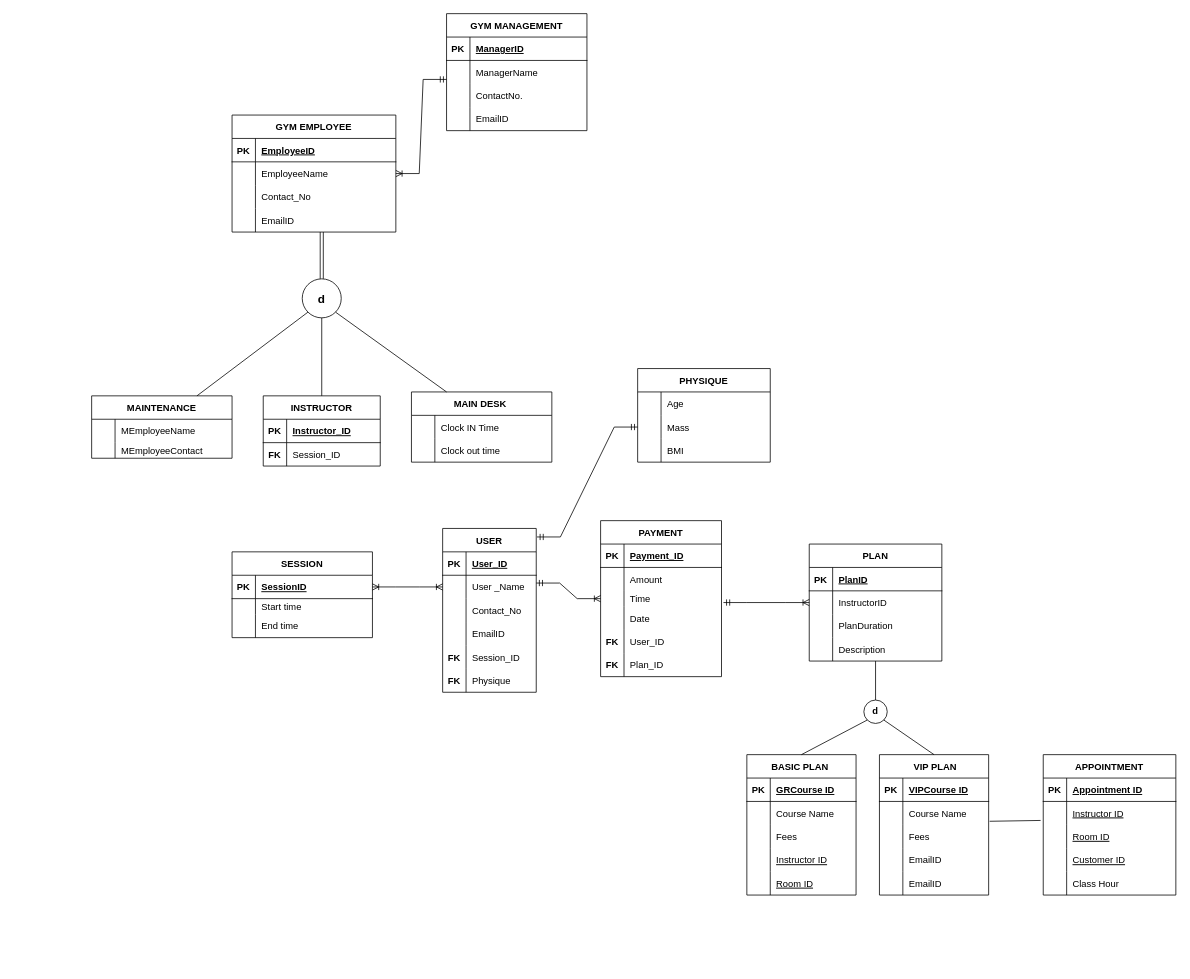
Tharunip/DAMG6210_PROJECT11 keeps this draw.io diagram as Gym_Management_ERD.drawio. Above is the earlier version. Source tidied: cells renumbered, new cells numbered last; positions are measured from the earlier drawing's top-left corner, leaving out a move shared by most shapes. Both pictures are drawn from the tidied source at 78%, with x=0, y=0 at pixel (91, 13).
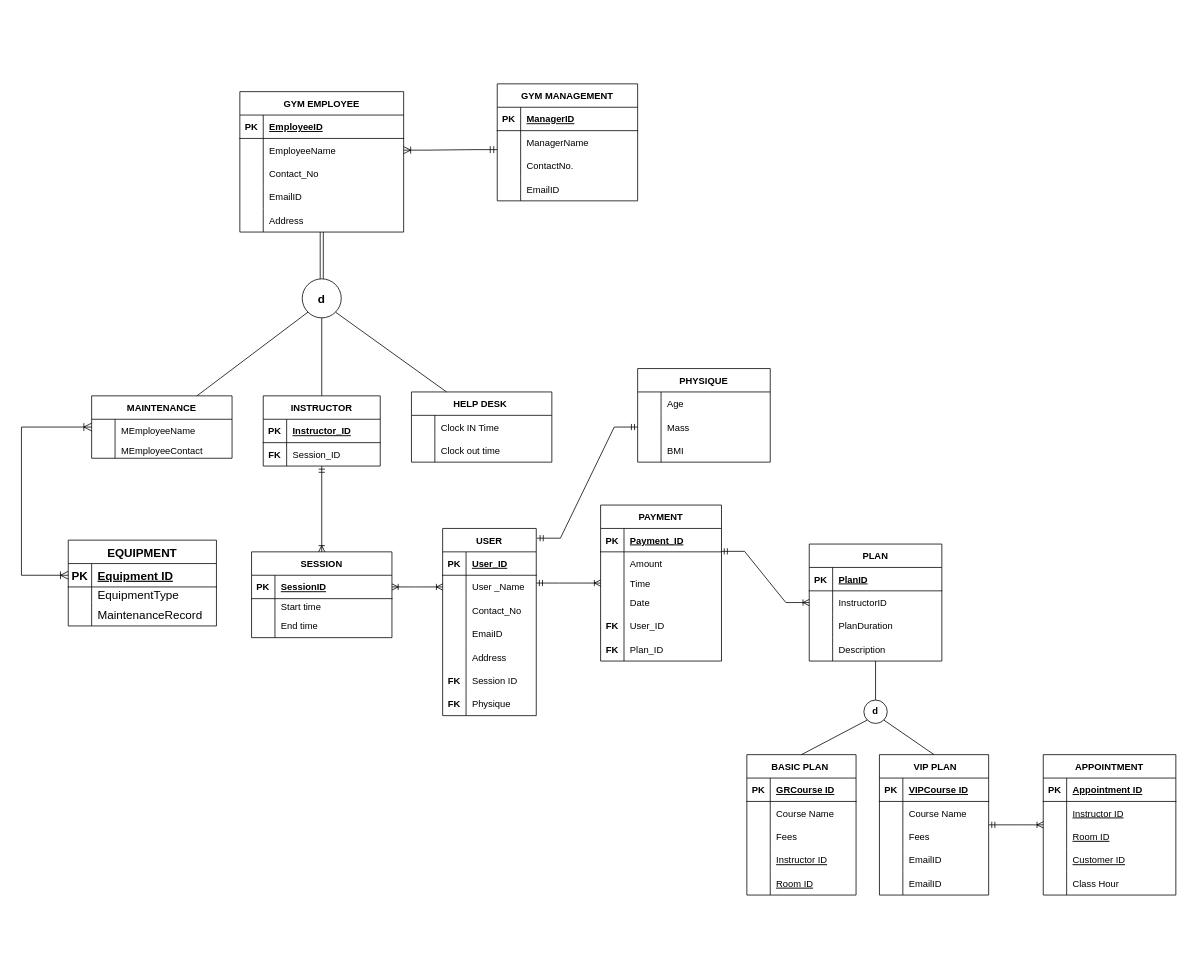
The same diagram, later.

The change refers to these unchanged cells:
```xml
<mxCell id="6" style="shape=tableRow;horizontal=0;startSize=0;swimlaneHead=0;swimlaneBody=0;fillColor=none;points=[[0,0.5],[1,0.5]];portConstraint=eastwest;top=0;left=0;right=0;bottom=0;" parent="2" vertex="1">
  <mxGeometry y="60" width="210" height="30" as="geometry" />
</mxCell>
<mxCell id="52" style="shape=tableRow;horizontal=0;startSize=0;swimlaneHead=0;swimlaneBody=0;fillColor=none;top=0;left=0;right=0;bottom=0;" parent="42" vertex="1">
  <mxGeometry y="120" width="120" height="30" as="geometry" />
</mxCell>
<mxCell id="55" style="shape=tableRow;horizontal=0;startSize=0;swimlaneHead=0;swimlaneBody=0;fillColor=none;top=0;left=0;right=0;bottom=0;" parent="42" vertex="1">
  <mxGeometry y="150" width="120" height="30" as="geometry" />
</mxCell>
<mxCell id="58" style="shape=tableRow;horizontal=0;startSize=0;swimlaneHead=0;swimlaneBody=0;fillColor=none;top=0;left=0;right=0;bottom=0;" parent="42" vertex="1">
  <mxGeometry y="180" width="120" height="30" as="geometry" />
</mxCell>
<mxCell id="65" style="shape=tableRow;horizontal=0;startSize=0;swimlaneHead=0;swimlaneBody=0;fillColor=none;points=[[0,0.5],[1,0.5]];portConstraint=eastwest;top=0;left=0;right=0;bottom=0;" parent="61" vertex="1">
  <mxGeometry y="60" width="155" height="30" as="geometry" />
</mxCell>
<mxCell id="84" style="shape=tableRow;horizontal=0;startSize=0;swimlaneHead=0;swimlaneBody=0;fillColor=none;points=[[0,0.5],[1,0.5]];portConstraint=eastwest;top=0;left=0;right=0;bottom=0;" parent="80" vertex="1">
  <mxGeometry y="60" width="170" height="30" as="geometry" />
</mxCell>
<mxCell id="117" style="shape=tableRow;horizontal=0;startSize=0;swimlaneHead=0;swimlaneBody=0;fillColor=none;points=[[0,0.5],[1,0.5]];portConstraint=eastwest;top=0;left=0;right=0;bottom=0;" parent="113" vertex="1">
  <mxGeometry y="60" width="180" height="30" as="geometry" />
</mxCell>
<mxCell id="133" style="shape=tableRow;horizontal=0;startSize=0;swimlaneHead=0;swimlaneBody=0;fillColor=none;points=[[0,0.5],[1,0.5]];portConstraint=eastwest;top=0;left=0;right=0;bottom=0;" parent="126" vertex="1">
  <mxGeometry y="90" width="140" height="30" as="geometry" />
</mxCell>
<mxCell id="146" style="shape=tableRow;horizontal=0;startSize=0;swimlaneHead=0;swimlaneBody=0;fillColor=none;points=[[0,0.5],[1,0.5]];portConstraint=eastwest;top=0;left=0;right=0;bottom=0;" parent="142" vertex="1">
  <mxGeometry y="60" width="170" height="30" as="geometry" />
</mxCell>
```

The edit, as a diff of the source:
```diff
@@
     <mxCell id="2" value="GYM EMPLOYEE" style="shape=table;startSize=30;childLayout=tableLayout;rowLines=0;fontStyle=1;align=center;" parent="1" vertex="1">
-      <mxGeometry x="180" y="130" width="210" height="150" as="geometry" />
+      <mxGeometry x="190" y="100" width="210" height="180" as="geometry" />
     </mxCell>
@@
+    <mxCell id="187" style="shape=tableRow;horizontal=0;startSize=0;swimlaneHead=0;swimlaneBody=0;fillColor=none;top=0;left=0;right=0;bottom=0;" parent="2" vertex="1">
+      <mxGeometry y="150" width="210" height="30" as="geometry" />
+    </mxCell>
+    <mxCell id="188" style="shape=partialRectangle;fillColor=none;top=0;left=0;bottom=0;right=0;overflow=hidden;" parent="187" vertex="1">
+      <mxGeometry width="30" height="30" as="geometry" />
+    </mxCell>
+    <mxCell id="189" value="Address" style="shape=partialRectangle;fillColor=none;top=0;left=0;bottom=0;right=0;align=left;spacingLeft=6;overflow=hidden;" parent="187" vertex="1">
+      <mxGeometry x="30" width="180" height="30" as="geometry" />
+    </mxCell>
@@
     <mxCell id="22" value="SESSION" style="shape=table;startSize=30;childLayout=tableLayout;rowLines=0;fontStyle=1;align=center;" parent="1" vertex="1">
-      <mxGeometry x="180" y="690" width="180" height="110" as="geometry" />
+      <mxGeometry x="205" y="690" width="180" height="110" as="geometry" />
     </mxCell>
@@
     <mxCell id="42" value="USER" style="shape=table;startSize=30;childLayout=tableLayout;rowLines=0;fontStyle=1;align=center;" parent="1" vertex="1">
-      <mxGeometry x="450" y="660" width="120" height="210" as="geometry" />
+      <mxGeometry x="450" y="660" width="120" height="240" as="geometry" />
     </mxCell>
@@
-    <mxCell id="54" value="EmailID" style="shape=partialRectangle;fillColor=none;top=0;left=0;bottom=0;right=0;align=left;spacingLeft=6;overflow=hidden;" parent="52" vertex="1">
+    <mxCell id="54" value="EmaiID" style="shape=partialRectangle;fillColor=none;top=0;left=0;bottom=0;right=0;align=left;spacingLeft=6;overflow=hidden;" parent="52" vertex="1">
       <mxGeometry x="30" width="90" height="30" as="geometry" />
     </mxCell>
@@
-    <mxCell id="56" value="FK" style="shape=partialRectangle;fillColor=none;top=0;left=0;bottom=0;right=0;overflow=hidden;fontStyle=1;" parent="55" vertex="1">
+    <mxCell id="56" style="shape=partialRectangle;fillColor=none;top=0;left=0;bottom=0;right=0;overflow=hidden;fontStyle=1;" parent="55" vertex="1">
       <mxGeometry width="30" height="30" as="geometry" />
     </mxCell>
-    <mxCell id="57" value="Session_ID" style="shape=partialRectangle;fillColor=none;top=0;left=0;bottom=0;right=0;align=left;spacingLeft=6;overflow=hidden;" parent="55" vertex="1">
+    <mxCell id="57" value="Address" style="shape=partialRectangle;fillColor=none;top=0;left=0;bottom=0;right=0;align=left;spacingLeft=6;overflow=hidden;" parent="55" vertex="1">
       <mxGeometry x="30" width="90" height="30" as="geometry" />
     </mxCell>
@@
-    <mxCell id="60" value="Physique" style="shape=partialRectangle;fillColor=none;top=0;left=0;bottom=0;right=0;align=left;spacingLeft=6;overflow=hidden;" parent="58" vertex="1">
+    <mxCell id="60" value="Session ID " style="shape=partialRectangle;fillColor=none;top=0;left=0;bottom=0;right=0;align=left;spacingLeft=6;overflow=hidden;" parent="58" vertex="1">
       <mxGeometry x="30" width="90" height="30" as="geometry" />
     </mxCell>
+    <mxCell id="190" style="shape=tableRow;horizontal=0;startSize=0;swimlaneHead=0;swimlaneBody=0;fillColor=none;top=0;left=0;right=0;bottom=0;" parent="42" vertex="1">
+      <mxGeometry y="210" width="120" height="30" as="geometry" />
+    </mxCell>
+    <mxCell id="191" value="FK" style="shape=partialRectangle;fillColor=none;top=0;left=0;bottom=0;right=0;overflow=hidden;fontStyle=1;" parent="190" vertex="1">
+      <mxGeometry width="30" height="30" as="geometry" />
+    </mxCell>
+    <mxCell id="192" value="Physique" style="shape=partialRectangle;fillColor=none;top=0;left=0;bottom=0;right=0;align=left;spacingLeft=6;overflow=hidden;" parent="190" vertex="1">
+      <mxGeometry x="30" width="90" height="30" as="geometry" />
+    </mxCell>
     <mxCell id="61" value="PAYMENT" style="shape=table;startSize=30;childLayout=tableLayout;rowLines=0;fontStyle=1;align=center;" parent="1" vertex="1">
-      <mxGeometry x="652.5" y="650" width="155" height="200" as="geometry" />
+      <mxGeometry x="652.5" y="630" width="155" height="200" as="geometry" />
     </mxCell>
@@
     <mxCell id="113" value="GYM MANAGEMENT" style="shape=table;startSize=30;childLayout=tableLayout;rowLines=0;fontStyle=1;align=center;" parent="1" vertex="1">
-      <mxGeometry x="455" width="180" height="150" as="geometry" />
+      <mxGeometry x="520" y="90" width="180" height="150" as="geometry" />
     </mxCell>
@@
-    <mxCell id="158" style="edgeStyle=entityRelationEdgeStyle;fontSize=12;html=1;endArrow=ERoneToMany;startArrow=ERmandOne;rounded=0;" parent="1" edge="1" target="84">
-      <mxGeometry relative="1" as="geometry">
-        <mxPoint x="810" y="755" as="sourcePoint" />
-      </mxGeometry>
+    <mxCell id="158" style="edgeStyle=entityRelationEdgeStyle;fontSize=12;html=1;endArrow=ERoneToMany;startArrow=ERmandOne;rounded=0;exitX=0.997;exitY=-0.021;exitDx=0;exitDy=0;exitPerimeter=0;" parent="1" edge="1" source="65" target="84">
+      <mxGeometry relative="1" as="geometry" />
     </mxCell>
@@
-    <mxCell id="166" style="endArrow=none;html=1;rounded=0;entryX=-0.02;entryY=0.812;entryDx=0;entryDy=0;entryPerimeter=0;exitX=1.009;exitY=-0.153;exitDx=0;exitDy=0;exitPerimeter=0;" parent="1" edge="1" source="133" target="146">
-      <mxGeometry relative="1" as="geometry" />
-    </mxCell>
@@
-    <mxCell id="174" value="MAIN DESK " style="shape=table;startSize=30;childLayout=tableLayout;rowLines=0;fontStyle=1;align=center;" parent="1" vertex="1">
+    <mxCell id="174" value="HELP DESK " style="shape=table;startSize=30;childLayout=tableLayout;rowLines=0;fontStyle=1;align=center;" parent="1" vertex="1">
       <mxGeometry x="410" y="485" width="180" height="90" as="geometry" />
     </mxCell>
@@
-    <mxCell id="185" style="edgeStyle=entityRelationEdgeStyle;fontSize=12;html=1;endArrow=ERoneToMany;startArrow=ERmandOne;rounded=0;exitX=0;exitY=0.811;exitDx=0;exitDy=0;exitPerimeter=0;entryX=1;entryY=0.5;entryDx=0;entryDy=0;" parent="1" edge="1" source="117" target="6">
+    <mxCell id="185" style="edgeStyle=entityRelationEdgeStyle;fontSize=12;html=1;endArrow=ERoneToMany;startArrow=ERmandOne;rounded=0;exitX=0;exitY=0.811;exitDx=0;exitDy=0;exitPerimeter=0;entryX=1;entryY=0.5;entryDx=0;entryDy=0;endSize=7;startSize=7;" parent="1" edge="1" source="117" target="6">
       <mxGeometry relative="1" as="geometry" />
     </mxCell>
@@
+    <mxCell id="193" style="edgeStyle=entityRelationEdgeStyle;fontSize=12;html=1;endArrow=ERoneToMany;startArrow=ERmandOne;rounded=0;" parent="1" edge="1">
+      <mxGeometry relative="1" as="geometry">
+        <mxPoint x="1150" y="1040" as="sourcePoint" />
+        <mxPoint x="1220" y="1040" as="targetPoint" />
+      </mxGeometry>
+    </mxCell>
+    <mxCell id="194" style="fontSize=12;html=1;endArrow=ERoneToMany;startArrow=ERmandOne;rounded=0;entryX=0.5;entryY=0;entryDx=0;entryDy=0;" parent="1" edge="1" target="22">
+      <mxGeometry relative="1" as="geometry">
+        <mxPoint x="295" y="580" as="sourcePoint" />
+      </mxGeometry>
+    </mxCell>
+    <mxCell id="195" value="EQUIPMENT" style="shape=table;startSize=30;childLayout=tableLayout;rowLines=0;fontStyle=1;align=center;fontSize=15;" parent="1" vertex="1">
+      <mxGeometry x="-30" y="675" width="190" height="110" as="geometry" />
+    </mxCell>
+    <mxCell id="196" style="shape=tableRow;horizontal=0;startSize=0;swimlaneHead=0;swimlaneBody=0;fillColor=none;points=[[0,0.5],[1,0.5]];portConstraint=eastwest;top=0;left=0;right=0;bottom=1;fontSize=15;" parent="195" vertex="1">
+      <mxGeometry y="30" width="190" height="30" as="geometry" />
+    </mxCell>
+    <mxCell id="197" value="PK" style="shape=partialRectangle;fillColor=none;top=0;left=0;bottom=0;right=0;fontStyle=1;overflow=hidden;fontSize=15;" parent="196" vertex="1">
+      <mxGeometry width="30" height="30" as="geometry" />
+    </mxCell>
+    <mxCell id="198" value="Equipment ID" style="shape=partialRectangle;fillColor=none;top=0;left=0;bottom=0;right=0;align=left;spacingLeft=6;fontStyle=5;overflow=hidden;fontSize=15;" parent="196" vertex="1">
+      <mxGeometry x="30" width="160" height="30" as="geometry" />
+    </mxCell>
+    <mxCell id="199" style="shape=tableRow;horizontal=0;startSize=0;swimlaneHead=0;swimlaneBody=0;fillColor=none;top=0;left=0;right=0;bottom=0;fontSize=15;" parent="195" vertex="1">
+      <mxGeometry y="60" width="190" height="20" as="geometry" />
+    </mxCell>
+    <mxCell id="200" style="shape=partialRectangle;fillColor=none;top=0;left=0;bottom=0;right=0;overflow=hidden;fontSize=15;" parent="199" vertex="1">
+      <mxGeometry width="30" height="20" as="geometry" />
+    </mxCell>
+    <mxCell id="201" value="EquipmentType" style="shape=partialRectangle;fillColor=none;top=0;left=0;bottom=0;right=0;align=left;spacingLeft=6;overflow=hidden;fontSize=15;" parent="199" vertex="1">
+      <mxGeometry x="30" width="160" height="20" as="geometry" />
+    </mxCell>
+    <mxCell id="202" style="shape=tableRow;horizontal=0;startSize=0;swimlaneHead=0;swimlaneBody=0;fillColor=none;top=0;left=0;right=0;bottom=0;fontSize=15;" parent="195" vertex="1">
+      <mxGeometry y="80" width="190" height="30" as="geometry" />
+    </mxCell>
+    <mxCell id="203" style="shape=partialRectangle;fillColor=none;top=0;left=0;bottom=0;right=0;overflow=hidden;fontSize=15;" parent="202" vertex="1">
+      <mxGeometry width="30" height="30" as="geometry" />
+    </mxCell>
+    <mxCell id="204" value="MaintenanceRecord " style="shape=partialRectangle;fillColor=none;top=0;left=0;bottom=0;right=0;align=left;spacingLeft=6;overflow=hidden;fontSize=15;" parent="202" vertex="1">
+      <mxGeometry x="30" width="160" height="30" as="geometry" />
+    </mxCell>
+    <mxCell id="205" style="edgeStyle=orthogonalEdgeStyle;fontSize=12;html=1;endArrow=ERoneToMany;startArrow=ERoneToMany;rounded=0;startSize=8;endSize=8;entryX=0;entryY=0.5;entryDx=0;entryDy=0;" parent="1" edge="1" target="196">
+      <mxGeometry relative="1" as="geometry">
+        <mxPoint y="530" as="sourcePoint" />
+        <Array as="points">
+          <mxPoint x="-90" y="530" />
+          <mxPoint x="-90" y="720" />
+        </Array>
+      </mxGeometry>
+    </mxCell>
```
